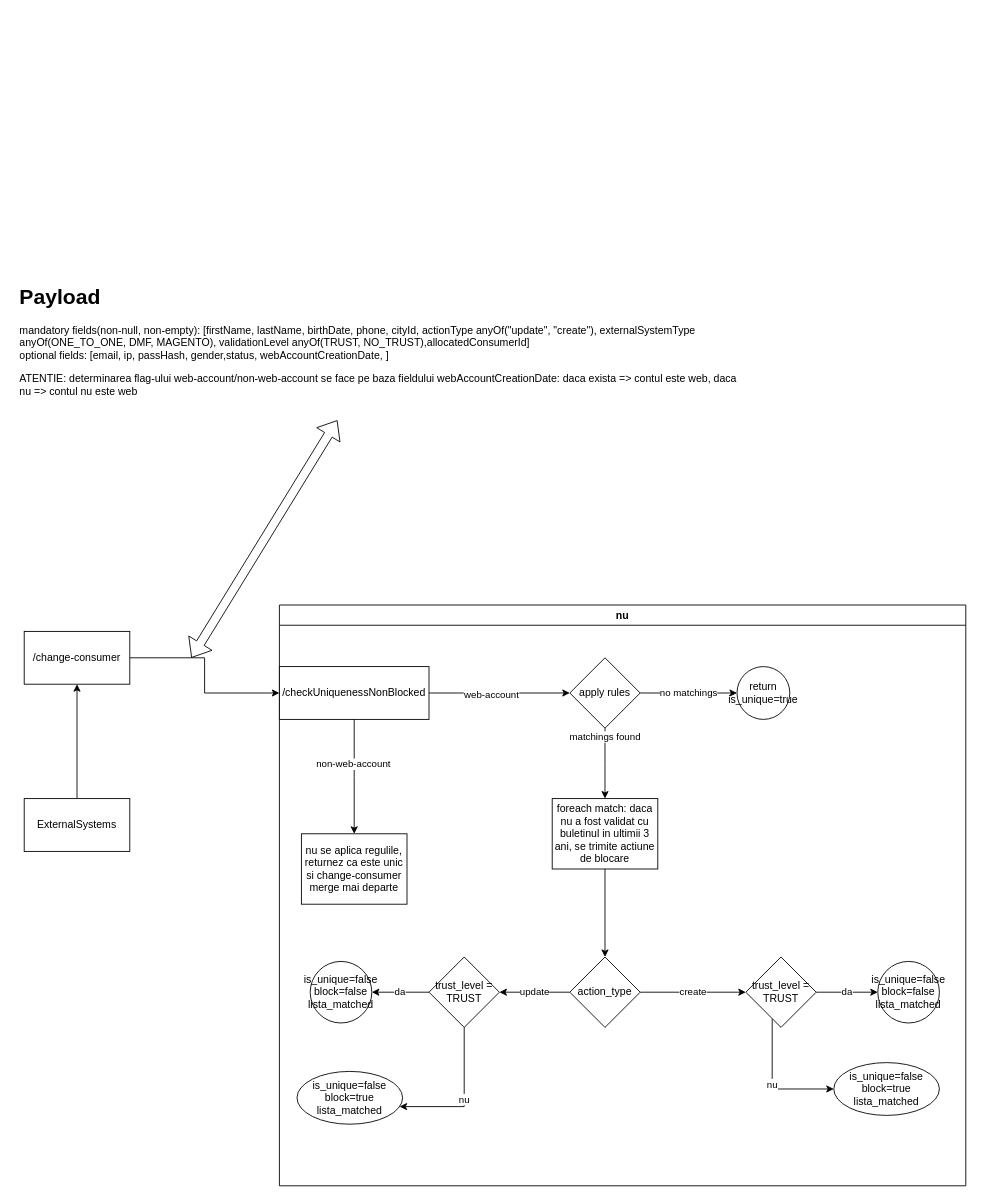
Above: identity-matcher.drawio in btalpiga/3nyble-draw-io (draw.io), before the change. Source tidied: cells renumbered, new cells numbered last; positions are measured from the earlier drawing's top-left corner, leaving out a move shared by most shapes. Both pictures are drawn from the tidied source at 88%, with x=0, y=0 at pixel (15, 279).
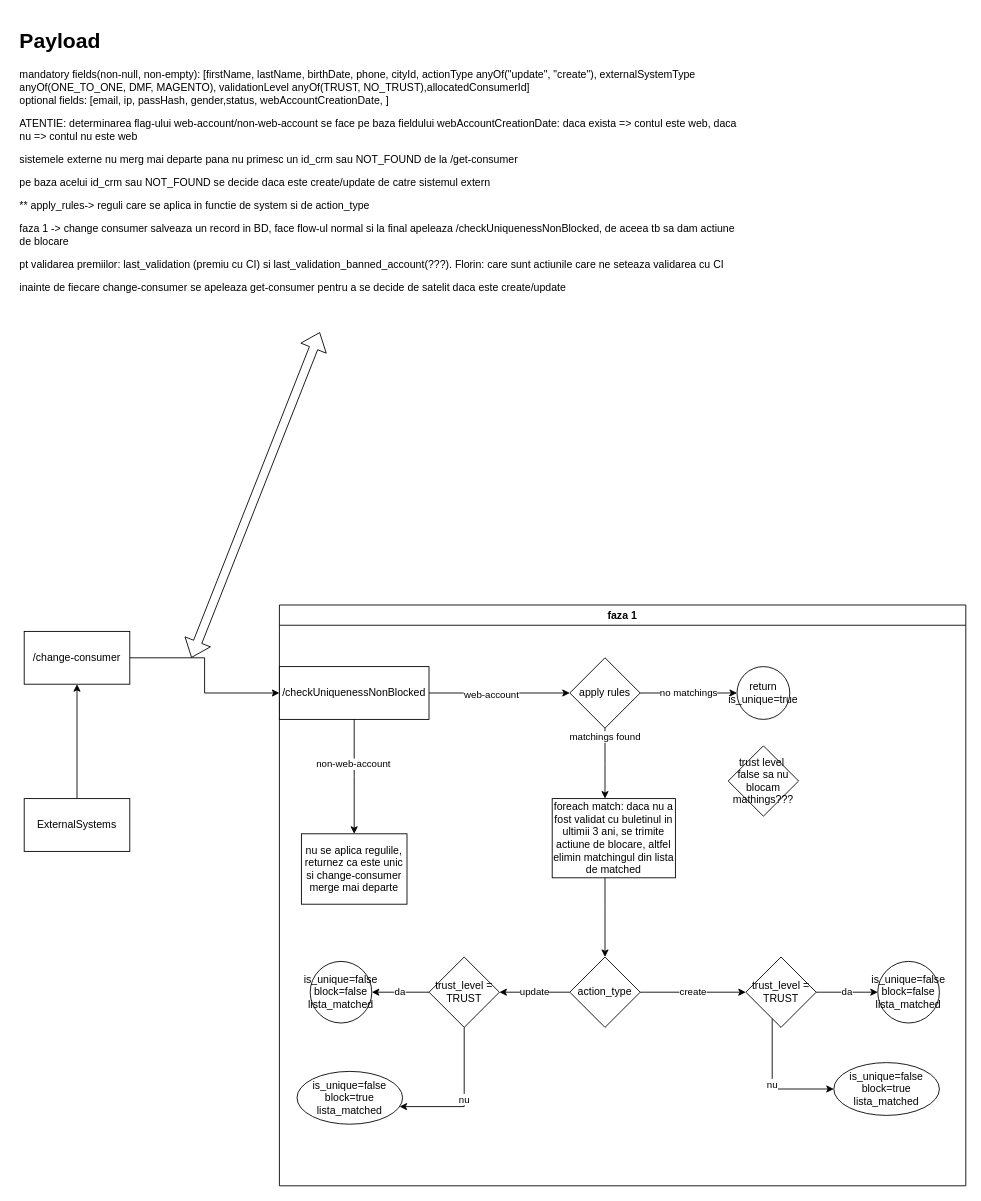
The same page after the edit.

Unchanged cells that the change refers to:
```xml
<mxCell id="14" value="action_type" style="rhombus;whiteSpace=wrap;html=1;" parent="2" vertex="1">
  <mxGeometry x="330" y="400" width="80" height="80" as="geometry" />
</mxCell>
```

What changed in the source:
```diff
@@
-    <mxCell id="2" value="nu" style="swimlane;" parent="1" vertex="1">
+    <mxCell id="2" value="faza 1" style="swimlane;" parent="1" vertex="1">
       <mxGeometry x="300" y="370" width="780" height="660" as="geometry" />
     </mxCell>
@@
     <mxCell id="10" style="edgeStyle=orthogonalEdgeStyle;rounded=0;jettySize=auto;html=1;" parent="2" edge="1" source="11" target="14">
-      <mxGeometry relative="1" as="geometry" />
+      <mxGeometry relative="1" as="geometry">
+        <Array as="points">
+          <mxPoint x="370" y="340" />
+          <mxPoint x="370" y="340" />
+        </Array>
+      </mxGeometry>
     </mxCell>
-    <mxCell id="11" value="foreach match: daca nu a fost validat cu buletinul in ultimii 3 ani, se trimite actiune de blocare" style="rounded=0;whiteSpace=wrap;html=1;" parent="2" vertex="1">
-      <mxGeometry x="310" y="220" width="120" height="80" as="geometry" />
+    <mxCell id="11" value="foreach match: daca nu a fost validat cu buletinul in ultimii 3 ani, se trimite actiune de blocare, altfel elimin matchingul din lista de matched" style="rounded=0;whiteSpace=wrap;html=1;" parent="2" vertex="1">
+      <mxGeometry x="310" y="220" width="140" height="90" as="geometry" />
     </mxCell>
@@
+    <mxCell id="34" value="trust level&amp;nbsp;&lt;br&gt;false sa nu blocam mathings???" style="rhombus;whiteSpace=wrap;html=1;" parent="2" vertex="1">
+      <mxGeometry x="510" y="160" width="80" height="80" as="geometry" />
+    </mxCell>
@@
-    <mxCell id="30" value="&lt;h1&gt;Payload&lt;/h1&gt;&lt;span style=&quot;text-align: center;&quot;&gt;mandatory fields(non-null, non-empty): [firstName, lastName, birthDate, phone, cityId, actionType anyOf(&quot;update&quot;, &quot;create&quot;), externalSystemType anyOf(ONE_TO_ONE, DMF, MAGENTO), validationLevel anyOf(TRUST, NO_TRUST),&lt;/span&gt;&lt;span style=&quot;text-align: center;&quot;&gt;allocatedConsumerId&lt;/span&gt;&lt;span style=&quot;text-align: center;&quot;&gt;]&lt;br&gt;optional fields: [email, ip, passHash, gender,&lt;/span&gt;&lt;span style=&quot;text-align: center;&quot;&gt;status,&amp;nbsp;&lt;/span&gt;&lt;span style=&quot;text-align: center;&quot;&gt;webAccountCreationDate, ]&lt;br&gt;&lt;/span&gt;&lt;p&gt;ATENTIE: determinarea flag-ului web-account/non-web-account se face pe baza fieldului webAccountCreationDate: daca exista =&amp;gt; contul este web, daca nu =&amp;gt; contul nu este web&lt;/p&gt;" style="text;html=1;strokeColor=none;fillColor=none;spacing=5;spacingTop=-20;whiteSpace=wrap;overflow=hidden;rounded=0;" parent="1" vertex="1">
-      <mxGeometry width="830" height="160" as="geometry" />
+    <mxCell id="30" value="&lt;h1&gt;Payload&lt;/h1&gt;&lt;span style=&quot;text-align: center;&quot;&gt;mandatory fields(non-null, non-empty): [firstName, lastName, birthDate, phone, cityId, actionType anyOf(&quot;update&quot;, &quot;create&quot;), externalSystemType anyOf(ONE_TO_ONE, DMF, MAGENTO), validationLevel anyOf(TRUST, NO_TRUST),&lt;/span&gt;&lt;span style=&quot;text-align: center;&quot;&gt;allocatedConsumerId&lt;/span&gt;&lt;span style=&quot;text-align: center;&quot;&gt;]&lt;br&gt;optional fields: [email, ip, passHash, gender,&lt;/span&gt;&lt;span style=&quot;text-align: center;&quot;&gt;status,&amp;nbsp;&lt;/span&gt;&lt;span style=&quot;text-align: center;&quot;&gt;webAccountCreationDate, ]&lt;br&gt;&lt;/span&gt;&lt;p&gt;ATENTIE: determinarea flag-ului web-account/non-web-account se face pe baza fieldului webAccountCreationDate: daca exista =&amp;gt; contul este web, daca nu =&amp;gt; contul nu este web&lt;/p&gt;&lt;p&gt;sistemele externe nu merg mai departe pana nu primesc un id_crm sau NOT_FOUND de la /get-consumer&lt;/p&gt;&lt;p&gt;pe baza acelui id_crm sau NOT_FOUND se decide daca este create/update de catre sistemul extern&lt;/p&gt;&lt;p&gt;** apply_rules-&amp;gt; reguli care se aplica in functie de system si de action_type&lt;/p&gt;&lt;p&gt;faza 1 -&amp;gt; change consumer salveaza un record in BD, face flow-ul normal si la final apeleaza /checkUniquenessNonBlocked, de aceea tb sa dam actiune de blocare&lt;/p&gt;&lt;p&gt;pt validarea premiilor: last_validation (premiu cu CI) si last_validation_banned_account(???). Florin: care sunt actiunile care ne seteaza validarea cu CI&lt;/p&gt;&lt;p&gt;inainte de fiecare change-consumer se apeleaza get-consumer pentru a se decide de satelit daca este create/update&lt;/p&gt;&lt;p&gt;&lt;br&gt;&lt;/p&gt;&lt;p&gt;&lt;br&gt;&lt;/p&gt;" style="text;html=1;strokeColor=none;fillColor=none;spacing=5;spacingTop=-20;whiteSpace=wrap;overflow=hidden;rounded=0;" parent="1" vertex="1">
+      <mxGeometry y="-290" width="830" height="350" as="geometry" />
     </mxCell>
```
